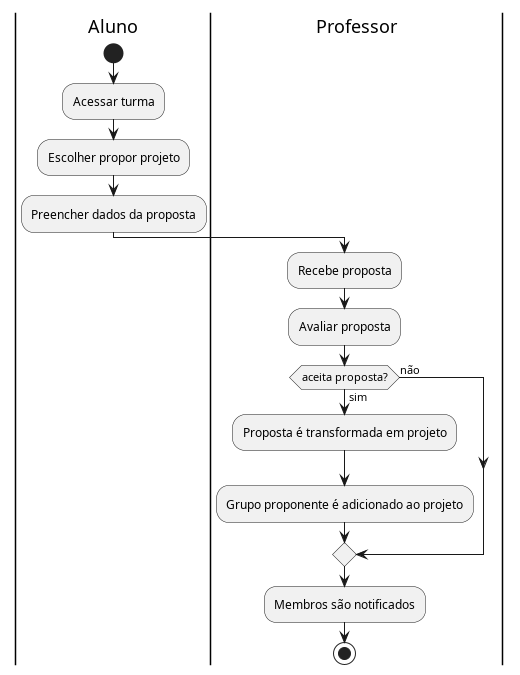
This is diagramas/atividades/propor_projeto.png from Pedro-V/projetorium, a PlantUML export, as it was before one commit.
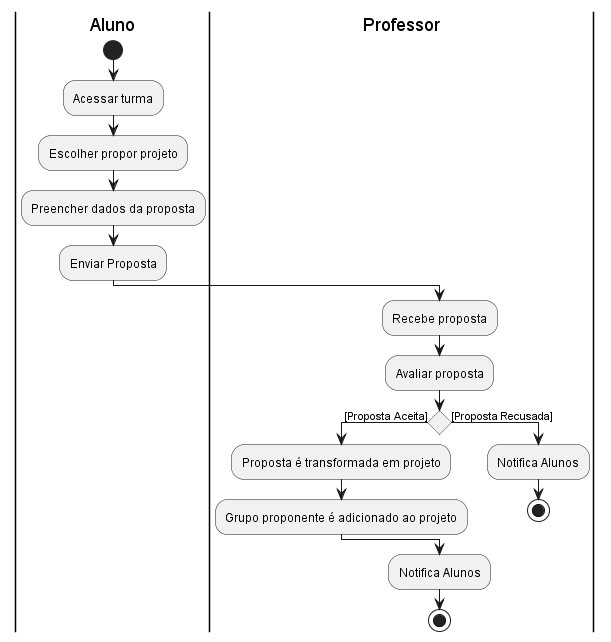
Later version of the same file.

Commit message:
Diagrama Revisado

The edit, as a diff of the source:
```diff
@@ -1,17 +1,22 @@
-@startuml
+@startuml propor_projeto
 |Aluno|
 start
 :Acessar turma;
 :Escolher propor projeto;
 :Preencher dados da proposta;
+:Enviar Proposta;
 |Professor|
 :Recebe proposta;
 :Avaliar proposta;
-if (aceita proposta?) then (sim)
+if () then ([Proposta Aceita])
  :Proposta é transformada em projeto;
  :Grupo proponente é adicionado ao projeto;
-else (não)
+else ([Proposta Recusada])
+  :Notifica Alunos;
+  stop
 endif
-:Membros são notificados;
+:Notifica Alunos;
 stop
+
+
 @enduml
```
